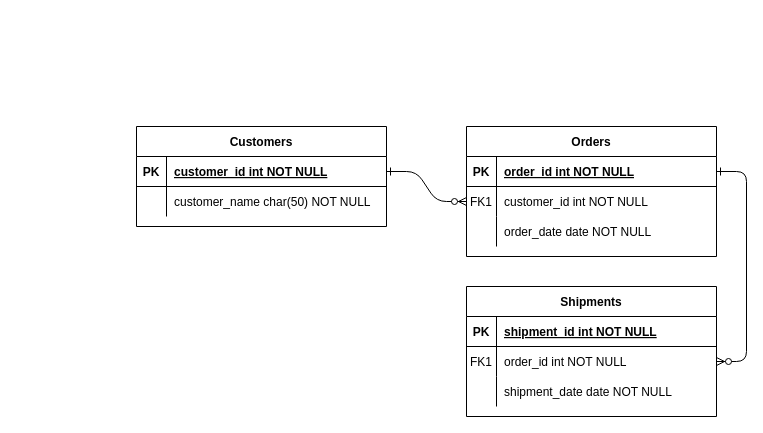
Above: Untitled Diagram.drawio in aballemishiel/testmyattendance (draw.io), before the change. Source tidied: cells renumbered, new cells numbered last; positions are measured from the earlier drawing's top-left corner, leaving out a move shared by most shapes. Both pictures are drawn from the tidied source at 100%, with x=0, y=0 at pixel (136, 126).
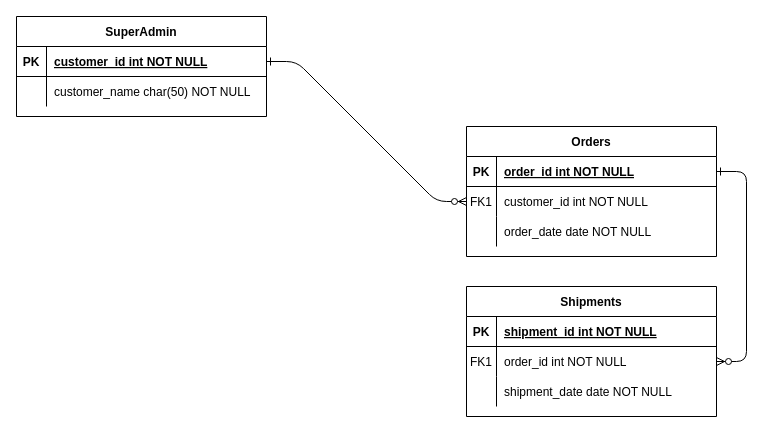
After the change.

The edit, as a diff of the source:
```diff
@@
-    <mxCell id="24" value="Customers" style="shape=table;startSize=30;childLayout=tableLayout;rowLines=0;fontStyle=1;align=center;" parent="1" vertex="1">
-      <mxGeometry width="250" height="100" as="geometry" />
+    <mxCell id="24" value="SuperAdmin" style="shape=table;startSize=30;childLayout=tableLayout;rowLines=0;fontStyle=1;align=center;" parent="1" vertex="1">
+      <mxGeometry x="-120" y="-110" width="250" height="100" as="geometry" />
     </mxCell>
```
